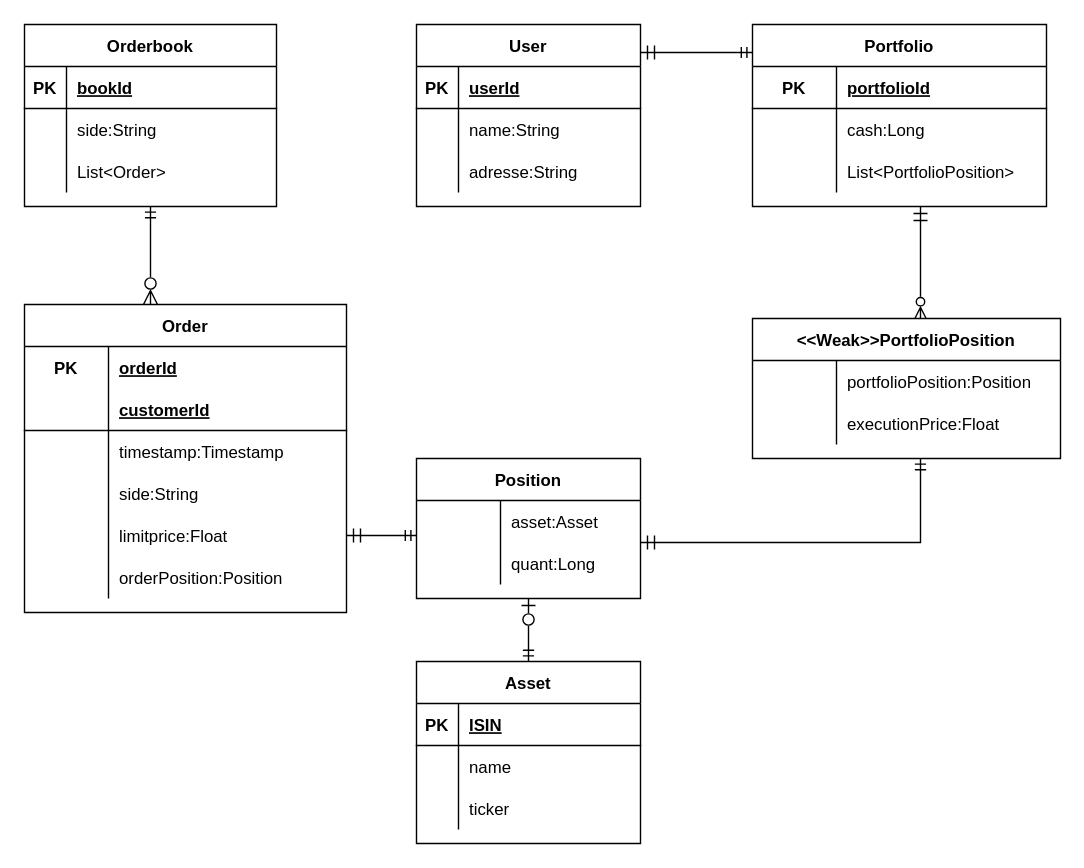
Earlier version of the draw.io diagram page "ER" (7 of 7) of Sequence.drawio (profoundspreadsheets/digitaleconomy). Source tidied: cells renumbered, new cells numbered last; positions are measured from the earlier drawing's top-left corner, leaving out a move shared by most shapes. Both pictures are drawn from the tidied source at 140%, with x=0, y=0 at pixel (24, 24).
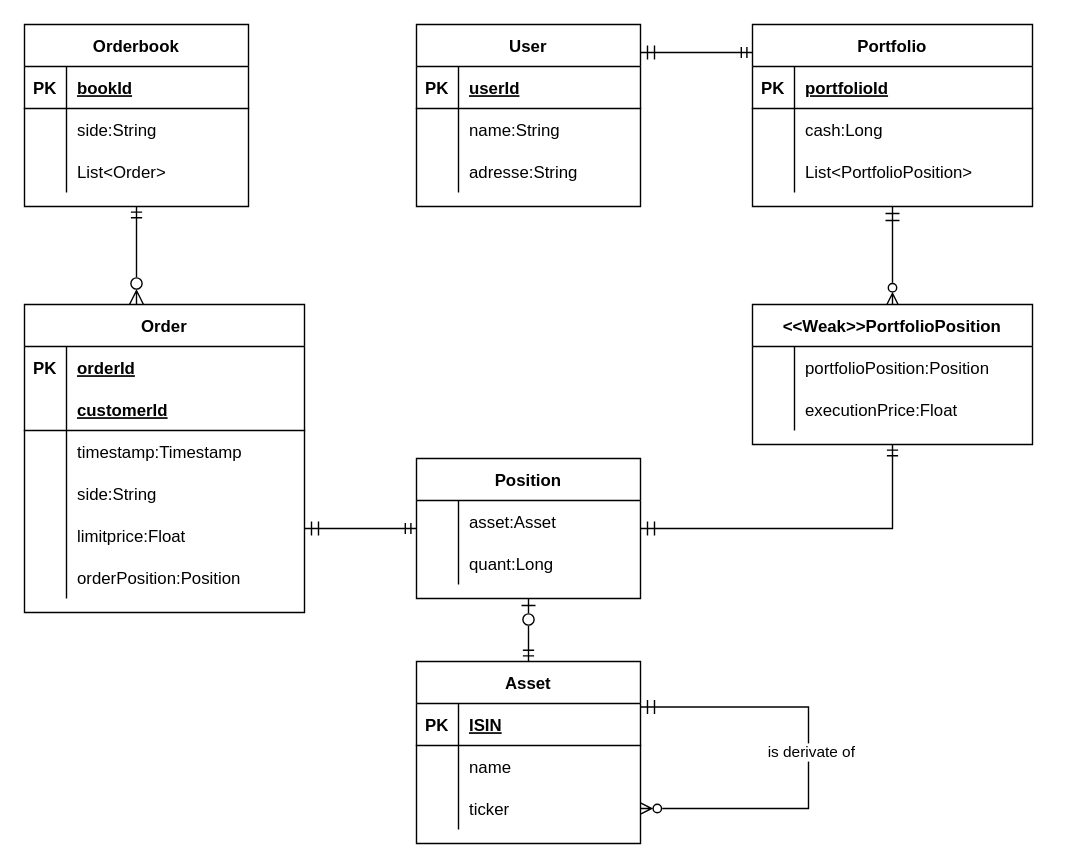
Above is the later version.

The change refers to these unchanged cells:
```xml
<mxCell id="54" value="Asset" style="shape=table;startSize=30;childLayout=tableLayout;rowLines=0;fontStyle=1;align=center;" parent="1" vertex="1">
  <mxGeometry x="280" y="455" width="160" height="130" as="geometry" />
</mxCell>
<mxCell id="61" style="shape=partialRectangle;fillColor=none;top=0;left=0;bottom=0;right=0;points=[[0,0.5],[1,0.5]];portConstraint=eastwest;" parent="54" vertex="1">
  <mxGeometry y="90" width="160" height="30" as="geometry" />
</mxCell>
<mxCell id="65" value="Position" style="shape=table;startSize=30;childLayout=tableLayout;rowLines=0;fontStyle=1;align=center;" parent="1" vertex="1">
  <mxGeometry x="280" y="310" width="160" height="100" as="geometry" />
</mxCell>
<mxCell id="66" style="shape=partialRectangle;fillColor=none;top=0;left=0;bottom=0;right=0;" parent="65" vertex="1">
  <mxGeometry y="30" width="160" height="30" as="geometry" />
</mxCell>
<mxCell id="69" style="shape=partialRectangle;fillColor=none;top=0;left=0;bottom=0;right=0;points=[[0,0.5],[1,0.5]];portConstraint=eastwest;" parent="65" vertex="1">
  <mxGeometry y="60" width="160" height="30" as="geometry" />
</mxCell>
```

What changed in the source:
```diff
@@
     <mxCell id="3" value="Order" style="shape=table;startSize=30;childLayout=tableLayout;rowLines=0;fontStyle=1;align=center;" parent="1" vertex="1">
-      <mxGeometry y="200" width="230" height="220" as="geometry" />
+      <mxGeometry y="200" width="200" height="220" as="geometry" />
     </mxCell>
     <mxCell id="4" style="shape=partialRectangle;fillColor=none;top=0;left=0;bottom=0;right=0;" parent="3" vertex="1">
-      <mxGeometry y="30" width="230" height="30" as="geometry" />
+      <mxGeometry y="30" width="200" height="30" as="geometry" />
     </mxCell>
     <mxCell id="5" value="PK" style="shape=partialRectangle;fillColor=none;top=0;left=0;bottom=0;right=0;fontStyle=1;overflow=hidden;" parent="4" vertex="1">
-      <mxGeometry width="60" height="30" as="geometry" />
+      <mxGeometry width="30" height="30" as="geometry" />
     </mxCell>
     <mxCell id="6" value="orderId" style="shape=partialRectangle;fillColor=none;top=0;left=0;bottom=0;right=0;align=left;spacingLeft=6;fontStyle=5;overflow=hidden;" parent="4" vertex="1">
-      <mxGeometry x="60" width="170" height="30" as="geometry" />
+      <mxGeometry x="30" width="170" height="30" as="geometry" />
     </mxCell>
     <mxCell id="7" style="shape=partialRectangle;fillColor=none;top=0;left=0;bottom=1;right=0;" parent="3" vertex="1">
-      <mxGeometry y="60" width="230" height="30" as="geometry" />
+      <mxGeometry y="60" width="200" height="30" as="geometry" />
     </mxCell>
     <mxCell id="8" style="shape=partialRectangle;fillColor=none;top=0;left=0;bottom=0;right=0;fontStyle=1;overflow=hidden;" parent="7" vertex="1">
-      <mxGeometry width="60" height="30" as="geometry" />
+      <mxGeometry width="30" height="30" as="geometry" />
     </mxCell>
     <mxCell id="9" value="customerId" style="shape=partialRectangle;fillColor=none;top=0;left=0;bottom=0;right=0;align=left;spacingLeft=6;fontStyle=5;overflow=hidden;" parent="7" vertex="1">
-      <mxGeometry x="60" width="170" height="30" as="geometry" />
+      <mxGeometry x="30" width="170" height="30" as="geometry" />
     </mxCell>
     <mxCell id="10" style="shape=partialRectangle;fillColor=none;top=0;left=0;bottom=0;right=0;" parent="3" vertex="1">
-      <mxGeometry y="90" width="230" height="30" as="geometry" />
+      <mxGeometry y="90" width="200" height="30" as="geometry" />
     </mxCell>
     <mxCell id="11" style="shape=partialRectangle;fillColor=none;top=0;left=0;bottom=0;right=0;overflow=hidden;" parent="10" vertex="1">
-      <mxGeometry width="60" height="30" as="geometry" />
+      <mxGeometry width="30" height="30" as="geometry" />
     </mxCell>
     <mxCell id="12" value="timestamp:Timestamp" style="shape=partialRectangle;fillColor=none;top=0;left=0;bottom=0;right=0;align=left;spacingLeft=6;overflow=hidden;" parent="10" vertex="1">
-      <mxGeometry x="60" width="170" height="30" as="geometry" />
+      <mxGeometry x="30" width="170" height="30" as="geometry" />
     </mxCell>
     <mxCell id="13" style="shape=partialRectangle;fillColor=none;top=0;left=0;bottom=0;right=0;" parent="3" vertex="1">
-      <mxGeometry y="120" width="230" height="30" as="geometry" />
+      <mxGeometry y="120" width="200" height="30" as="geometry" />
     </mxCell>
     <mxCell id="14" style="shape=partialRectangle;fillColor=none;top=0;left=0;bottom=0;right=0;overflow=hidden;" parent="13" vertex="1">
-      <mxGeometry width="60" height="30" as="geometry" />
+      <mxGeometry width="30" height="30" as="geometry" />
     </mxCell>
     <mxCell id="15" value="side:String" style="shape=partialRectangle;fillColor=none;top=0;left=0;bottom=0;right=0;align=left;spacingLeft=6;overflow=hidden;" parent="13" vertex="1">
-      <mxGeometry x="60" width="170" height="30" as="geometry" />
+      <mxGeometry x="30" width="170" height="30" as="geometry" />
     </mxCell>
     <mxCell id="16" style="shape=partialRectangle;fillColor=none;top=0;left=0;bottom=0;right=0;points=[[0,0.5],[1,0.5]];portConstraint=eastwest;" parent="3" vertex="1">
-      <mxGeometry y="150" width="230" height="30" as="geometry" />
+      <mxGeometry y="150" width="200" height="30" as="geometry" />
     </mxCell>
     <mxCell id="17" style="shape=partialRectangle;fillColor=none;top=0;left=0;bottom=0;right=0;overflow=hidden;" parent="16" vertex="1">
-      <mxGeometry width="60" height="30" as="geometry" />
+      <mxGeometry width="30" height="30" as="geometry" />
     </mxCell>
     <mxCell id="18" value="limitprice:Float" style="shape=partialRectangle;fillColor=none;top=0;left=0;bottom=0;right=0;align=left;spacingLeft=6;overflow=hidden;" parent="16" vertex="1">
-      <mxGeometry x="60" width="170" height="30" as="geometry" />
+      <mxGeometry x="30" width="170" height="30" as="geometry" />
     </mxCell>
     <mxCell id="19" style="shape=partialRectangle;fillColor=none;top=0;left=0;bottom=0;right=0;" parent="3" vertex="1">
-      <mxGeometry y="180" width="230" height="30" as="geometry" />
+      <mxGeometry y="180" width="200" height="30" as="geometry" />
     </mxCell>
     <mxCell id="20" style="shape=partialRectangle;fillColor=none;top=0;left=0;bottom=0;right=0;overflow=hidden;" parent="19" vertex="1">
-      <mxGeometry width="60" height="30" as="geometry" />
+      <mxGeometry width="30" height="30" as="geometry" />
     </mxCell>
     <mxCell id="21" value="orderPosition:Position" style="shape=partialRectangle;fillColor=none;top=0;left=0;bottom=0;right=0;align=left;spacingLeft=6;overflow=hidden;" parent="19" vertex="1">
-      <mxGeometry x="60" width="170" height="30" as="geometry" />
+      <mxGeometry x="30" width="170" height="30" as="geometry" />
     </mxCell>
     <mxCell id="22" value="Orderbook" style="shape=table;startSize=30;childLayout=tableLayout;rowLines=0;fontStyle=1;align=center;" parent="1" vertex="1">
-      <mxGeometry width="180" height="130" as="geometry" />
+      <mxGeometry width="160" height="130" as="geometry" />
     </mxCell>
     <mxCell id="23" style="shape=partialRectangle;fillColor=none;top=0;left=0;bottom=1;right=0;" parent="22" vertex="1">
-      <mxGeometry y="30" width="180" height="30" as="geometry" />
+      <mxGeometry y="30" width="160" height="30" as="geometry" />
     </mxCell>
@@
     <mxCell id="25" value="bookId" style="shape=partialRectangle;fillColor=none;top=0;left=0;bottom=0;right=0;align=left;spacingLeft=6;fontStyle=5;overflow=hidden;" parent="23" vertex="1">
-      <mxGeometry x="30" width="150" height="30" as="geometry" />
+      <mxGeometry x="30" width="130" height="30" as="geometry" />
     </mxCell>
     <mxCell id="26" style="shape=partialRectangle;fillColor=none;top=0;left=0;bottom=0;right=0;" parent="22" vertex="1">
-      <mxGeometry y="60" width="180" height="30" as="geometry" />
+      <mxGeometry y="60" width="160" height="30" as="geometry" />
     </mxCell>
@@
     <mxCell id="28" value="side:String" style="shape=partialRectangle;fillColor=none;top=0;left=0;bottom=0;right=0;align=left;spacingLeft=6;overflow=hidden;" parent="26" vertex="1">
-      <mxGeometry x="30" width="150" height="30" as="geometry" />
+      <mxGeometry x="30" width="130" height="30" as="geometry" />
     </mxCell>
     <mxCell id="29" style="shape=partialRectangle;fillColor=none;top=0;left=0;bottom=0;right=0;" parent="22" vertex="1">
-      <mxGeometry y="90" width="180" height="30" as="geometry" />
+      <mxGeometry y="90" width="160" height="30" as="geometry" />
     </mxCell>
@@
     <mxCell id="31" value="List&lt;Order&gt;" style="shape=partialRectangle;fillColor=none;top=0;left=0;bottom=0;right=0;align=left;spacingLeft=6;overflow=hidden;" parent="29" vertex="1">
-      <mxGeometry x="30" width="150" height="30" as="geometry" />
+      <mxGeometry x="30" width="130" height="30" as="geometry" />
     </mxCell>
@@
     <mxCell id="43" style="edgeStyle=elbowEdgeStyle;rounded=0;jettySize=auto;html=1;startArrow=ERmandOne;startFill=0;endArrow=ERzeroToMany;endFill=0;startSize=8;" parent="1" edge="1" source="44" target="73">
       <mxGeometry relative="1" as="geometry">
         <Array as="points">
+          <mxPoint x="620" y="180" />
+          <mxPoint x="625" y="160" />
           <mxPoint x="640" y="180" />
         </Array>
       </mxGeometry>
     </mxCell>
     <mxCell id="44" value="Portfolio" style="shape=table;startSize=30;childLayout=tableLayout;rowLines=0;fontStyle=1;align=center;" parent="1" vertex="1">
-      <mxGeometry x="520" width="210" height="130" as="geometry" />
+      <mxGeometry x="520" width="200" height="130" as="geometry" />
     </mxCell>
     <mxCell id="45" style="shape=partialRectangle;fillColor=none;top=0;left=0;bottom=1;right=0;" parent="44" vertex="1">
-      <mxGeometry y="30" width="210" height="30" as="geometry" />
+      <mxGeometry y="30" width="200" height="30" as="geometry" />
     </mxCell>
     <mxCell id="46" value="PK" style="shape=partialRectangle;fillColor=none;top=0;left=0;bottom=0;right=0;fontStyle=1;overflow=hidden;" parent="45" vertex="1">
-      <mxGeometry width="60" height="30" as="geometry" />
+      <mxGeometry width="30" height="30" as="geometry" />
     </mxCell>
     <mxCell id="47" value="portfolioId" style="shape=partialRectangle;fillColor=none;top=0;left=0;bottom=0;right=0;align=left;spacingLeft=6;fontStyle=5;overflow=hidden;" parent="45" vertex="1">
-      <mxGeometry x="60" width="150" height="30" as="geometry" />
+      <mxGeometry x="30" width="170" height="30" as="geometry" />
     </mxCell>
     <mxCell id="48" style="shape=partialRectangle;fillColor=none;top=0;left=0;bottom=0;right=0;" parent="44" vertex="1">
-      <mxGeometry y="60" width="210" height="30" as="geometry" />
+      <mxGeometry y="60" width="200" height="30" as="geometry" />
     </mxCell>
     <mxCell id="49" style="shape=partialRectangle;fillColor=none;top=0;left=0;bottom=0;right=0;overflow=hidden;" parent="48" vertex="1">
-      <mxGeometry width="60" height="30" as="geometry" />
+      <mxGeometry width="30" height="30" as="geometry" />
     </mxCell>
     <mxCell id="50" value="cash:Long" style="shape=partialRectangle;fillColor=none;top=0;left=0;bottom=0;right=0;align=left;spacingLeft=6;overflow=hidden;" parent="48" vertex="1">
-      <mxGeometry x="60" width="150" height="30" as="geometry" />
+      <mxGeometry x="30" width="170" height="30" as="geometry" />
     </mxCell>
     <mxCell id="51" style="shape=partialRectangle;fillColor=none;top=0;left=0;bottom=0;right=0;" parent="44" vertex="1">
-      <mxGeometry y="90" width="210" height="30" as="geometry" />
+      <mxGeometry y="90" width="200" height="30" as="geometry" />
     </mxCell>
     <mxCell id="52" style="shape=partialRectangle;fillColor=none;top=0;left=0;bottom=0;right=0;overflow=hidden;" parent="51" vertex="1">
-      <mxGeometry width="60" height="30" as="geometry" />
+      <mxGeometry width="30" height="30" as="geometry" />
     </mxCell>
     <mxCell id="53" value="List&lt;PortfolioPosition&gt;" style="shape=partialRectangle;fillColor=none;top=0;left=0;bottom=0;right=0;align=left;spacingLeft=6;overflow=hidden;" parent="51" vertex="1">
-      <mxGeometry x="60" width="150" height="30" as="geometry" />
+      <mxGeometry x="30" width="170" height="30" as="geometry" />
     </mxCell>
@@
+    <mxCell id="81" style="edgeStyle=elbowEdgeStyle;rounded=0;jettySize=auto;html=1;startArrow=ERmandOne;startFill=0;endArrow=ERzeroToMany;endFill=0;startSize=8;exitX=1;exitY=0.25;exitDx=0;exitDy=0;entryX=1;entryY=0.5;entryDx=0;entryDy=0;" parent="54" edge="1" source="54" target="61">
+      <mxGeometry relative="1" as="geometry">
+        <Array as="points">
+          <mxPoint x="280" y="75" />
+          <mxPoint x="240" y="65" />
+        </Array>
+      </mxGeometry>
+    </mxCell>
+    <mxCell id="82" value="is derivate of" style="edgeLabel;html=1;align=center;verticalAlign=middle;" parent="81" vertex="1">
+      <mxGeometry x="0.05" y="1" relative="1" as="geometry">
+        <mxPoint y="-12" as="offset" />
+      </mxGeometry>
+    </mxCell>
@@
     <mxCell id="67" style="shape=partialRectangle;fillColor=none;top=0;left=0;bottom=0;right=0;overflow=hidden;" parent="66" vertex="1">
-      <mxGeometry width="60" height="30" as="geometry" />
+      <mxGeometry width="30" height="30" as="geometry" />
     </mxCell>
     <mxCell id="68" value="asset:Asset" style="shape=partialRectangle;fillColor=none;top=0;left=0;bottom=0;right=0;align=left;spacingLeft=6;overflow=hidden;" parent="66" vertex="1">
-      <mxGeometry x="60" width="100" height="30" as="geometry" />
+      <mxGeometry x="30" width="130" height="30" as="geometry" />
     </mxCell>
@@
     <mxCell id="70" style="shape=partialRectangle;fillColor=none;top=0;left=0;bottom=0;right=0;overflow=hidden;" parent="69" vertex="1">
-      <mxGeometry width="60" height="30" as="geometry" />
+      <mxGeometry width="30" height="30" as="geometry" />
     </mxCell>
     <mxCell id="71" value="quant:Long" style="shape=partialRectangle;fillColor=none;top=0;left=0;bottom=0;right=0;align=left;spacingLeft=6;overflow=hidden;" parent="69" vertex="1">
-      <mxGeometry x="60" width="100" height="30" as="geometry" />
+      <mxGeometry x="30" width="130" height="30" as="geometry" />
     </mxCell>
-    <mxCell id="72" style="edgeStyle=elbowEdgeStyle;rounded=0;jettySize=auto;html=1;startArrow=ERmandOne;startFill=0;endArrow=ERmandOne;endFill=0;startSize=8;" parent="1" edge="1" source="16" target="65">
+    <mxCell id="72" style="edgeStyle=elbowEdgeStyle;rounded=0;jettySize=auto;html=1;startArrow=ERmandOne;startFill=0;endArrow=ERmandOne;endFill=0;startSize=8;" parent="1" edge="1" source="3" target="65">
       <mxGeometry relative="1" as="geometry">
         <Array as="points">
+          <mxPoint x="270" y="360" />
           <mxPoint x="210" y="360" />
         </Array>
       </mxGeometry>
     </mxCell>
     <mxCell id="73" value="&lt;&lt;Weak&gt;&gt;PortfolioPosition" style="shape=table;startSize=30;childLayout=tableLayout;rowLines=0;fontStyle=1;align=center;" parent="1" vertex="1">
-      <mxGeometry x="520" y="210" width="220" height="100" as="geometry" />
+      <mxGeometry x="520" y="200" width="200" height="100" as="geometry" />
     </mxCell>
     <mxCell id="74" style="shape=partialRectangle;fillColor=none;top=0;left=0;bottom=0;right=0;" parent="73" vertex="1">
-      <mxGeometry y="30" width="220" height="30" as="geometry" />
+      <mxGeometry y="30" width="200" height="30" as="geometry" />
     </mxCell>
     <mxCell id="75" style="shape=partialRectangle;fillColor=none;top=0;left=0;bottom=0;right=0;overflow=hidden;" parent="74" vertex="1">
-      <mxGeometry width="60" height="30" as="geometry" />
+      <mxGeometry width="30" height="30" as="geometry" />
     </mxCell>
     <mxCell id="76" value="portfolioPosition:Position" style="shape=partialRectangle;fillColor=none;top=0;left=0;bottom=0;right=0;align=left;spacingLeft=6;overflow=hidden;" parent="74" vertex="1">
-      <mxGeometry x="60" width="160" height="30" as="geometry" />
+      <mxGeometry x="30" width="170" height="30" as="geometry" />
     </mxCell>
     <mxCell id="77" style="shape=partialRectangle;fillColor=none;top=0;left=0;bottom=0;right=0;" parent="73" vertex="1">
-      <mxGeometry y="60" width="220" height="30" as="geometry" />
+      <mxGeometry y="60" width="200" height="30" as="geometry" />
     </mxCell>
     <mxCell id="78" style="shape=partialRectangle;fillColor=none;top=0;left=0;bottom=0;right=0;overflow=hidden;" parent="77" vertex="1">
-      <mxGeometry width="60" height="30" as="geometry" />
+      <mxGeometry width="30" height="30" as="geometry" />
     </mxCell>
     <mxCell id="79" value="executionPrice:Float" style="shape=partialRectangle;fillColor=none;top=0;left=0;bottom=0;right=0;align=left;spacingLeft=6;overflow=hidden;" parent="77" vertex="1">
-      <mxGeometry x="60" width="160" height="30" as="geometry" />
+      <mxGeometry x="30" width="170" height="30" as="geometry" />
     </mxCell>
-    <mxCell id="80" style="edgeStyle=elbowEdgeStyle;rounded=0;jettySize=auto;html=1;startArrow=ERmandOne;startFill=0;endArrow=ERmandOne;endFill=0;startSize=8;" parent="1" edge="1" source="69" target="73">
+    <mxCell id="80" style="edgeStyle=elbowEdgeStyle;rounded=0;jettySize=auto;html=1;startArrow=ERmandOne;startFill=0;endArrow=ERmandOne;endFill=0;startSize=8;" parent="1" edge="1" source="65" target="73">
       <mxGeometry relative="1" as="geometry">
         <Array as="points">
+          <mxPoint x="620" y="360" />
+          <mxPoint x="620" y="340" />
           <mxPoint x="640" y="370" />
           <mxPoint x="640" y="350" />
           <mxPoint x="640" y="350" />
           <mxPoint x="630" y="330" />
           <mxPoint x="780" y="330" />
         </Array>
       </mxGeometry>
     </mxCell>
```
